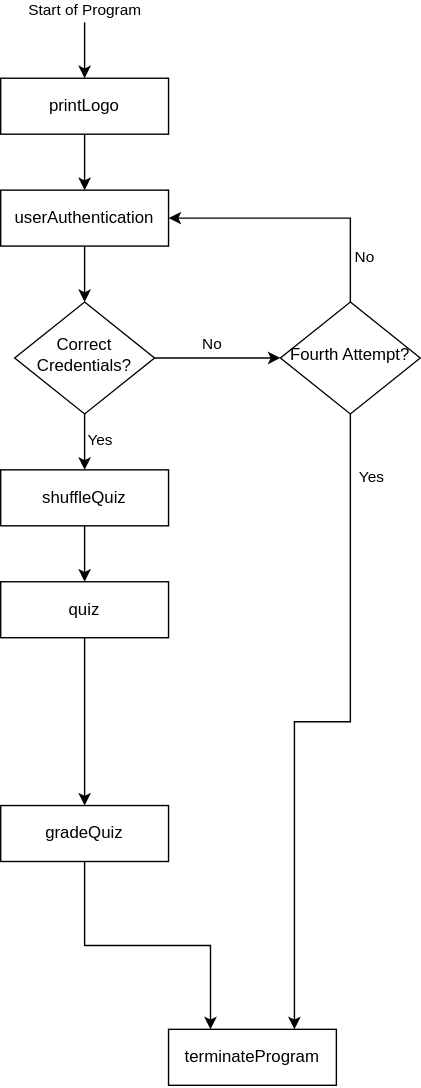
The draw.io diagram Quiz_App_ExecutionFlow_SW.svg in QaisJildeh/Microprocessors-Software-Project, before a commit. Source tidied: cells renumbered, new cells last; positions are measured from the earlier drawing's top-left corner, leaving out a move shared by most shapes.
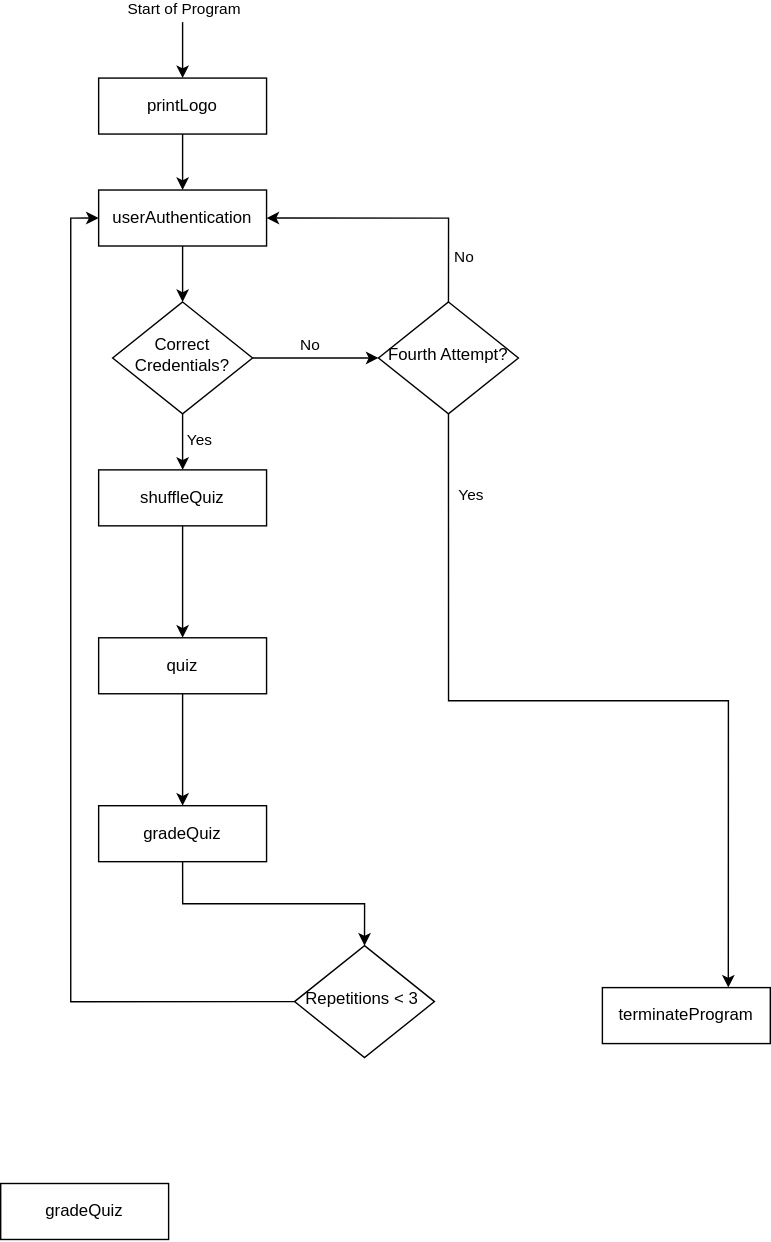
After the change.

Change to the diagram source:
```diff
@@ -60,7 +60,7 @@
       <mxGeometry relative="1" as="geometry" />
     </mxCell>
     <mxCell id="17" value="quiz" style="rounded=0;whiteSpace=wrap;html=1;" parent="1" vertex="1">
-      <mxGeometry y="400" width="120" height="40" as="geometry" />
+      <mxGeometry y="440" width="120" height="40" as="geometry" />
     </mxCell>
     <mxCell id="18" value="userAuthentication" style="rounded=0;whiteSpace=wrap;html=1;" parent="1" vertex="1">
       <mxGeometry y="120" width="120" height="40" as="geometry" />
@@ -74,14 +74,23 @@
     <mxCell id="21" value="shuffleQuiz" style="rounded=0;whiteSpace=wrap;html=1;" parent="1" vertex="1">
       <mxGeometry y="320" width="120" height="40" as="geometry" />
     </mxCell>
-    <mxCell id="22" style="edgeStyle=orthogonalEdgeStyle;rounded=0;jettySize=auto;html=1;exitX=0.5;exitY=1;exitDx=0;exitDy=0;entryX=0.25;entryY=0;entryDx=0;entryDy=0;" parent="1" edge="1" source="23" target="24">
+    <mxCell id="22" style="edgeStyle=orthogonalEdgeStyle;rounded=0;jettySize=auto;html=1;exitX=0.5;exitY=1;exitDx=0;exitDy=0;entryX=0.5;entryY=0;entryDx=0;entryDy=0;" parent="1" edge="1" source="23" target="27">
       <mxGeometry relative="1" as="geometry" />
     </mxCell>
     <mxCell id="23" value="gradeQuiz" style="rounded=0;whiteSpace=wrap;html=1;" parent="1" vertex="1">
       <mxGeometry y="560" width="120" height="40" as="geometry" />
     </mxCell>
     <mxCell id="24" value="terminateProgram" style="rounded=0;whiteSpace=wrap;html=1;" parent="1" vertex="1">
-      <mxGeometry x="120" y="720" width="120" height="40" as="geometry" />
+      <mxGeometry x="360" y="690" width="120" height="40" as="geometry" />
     </mxCell>
+    <mxCell id="25" value="gradeQuiz" style="rounded=0;whiteSpace=wrap;html=1;" parent="1" vertex="1">
+      <mxGeometry x="-70" y="830" width="120" height="40" as="geometry" />
+    </mxCell>
+    <mxCell id="26" style="edgeStyle=orthogonalEdgeStyle;rounded=0;jettySize=auto;html=1;exitX=0;exitY=0.5;exitDx=0;exitDy=0;entryX=0;entryY=0.5;entryDx=0;entryDy=0;" parent="1" edge="1" source="27" target="18">
+      <mxGeometry relative="1" as="geometry" />
+    </mxCell>
+    <mxCell id="27" value="Repetitions &amp;lt; 3&amp;nbsp;" style="rhombus;whiteSpace=wrap;html=1;shadow=0;fontFamily=Helvetica;fontSize=12;align=center;strokeWidth=1;spacing=6;spacingTop=-4;" parent="1" vertex="1">
+      <mxGeometry x="140" y="660" width="100" height="80" as="geometry" />
+    </mxCell>
   </root>
 </mxGraphModel>
```
